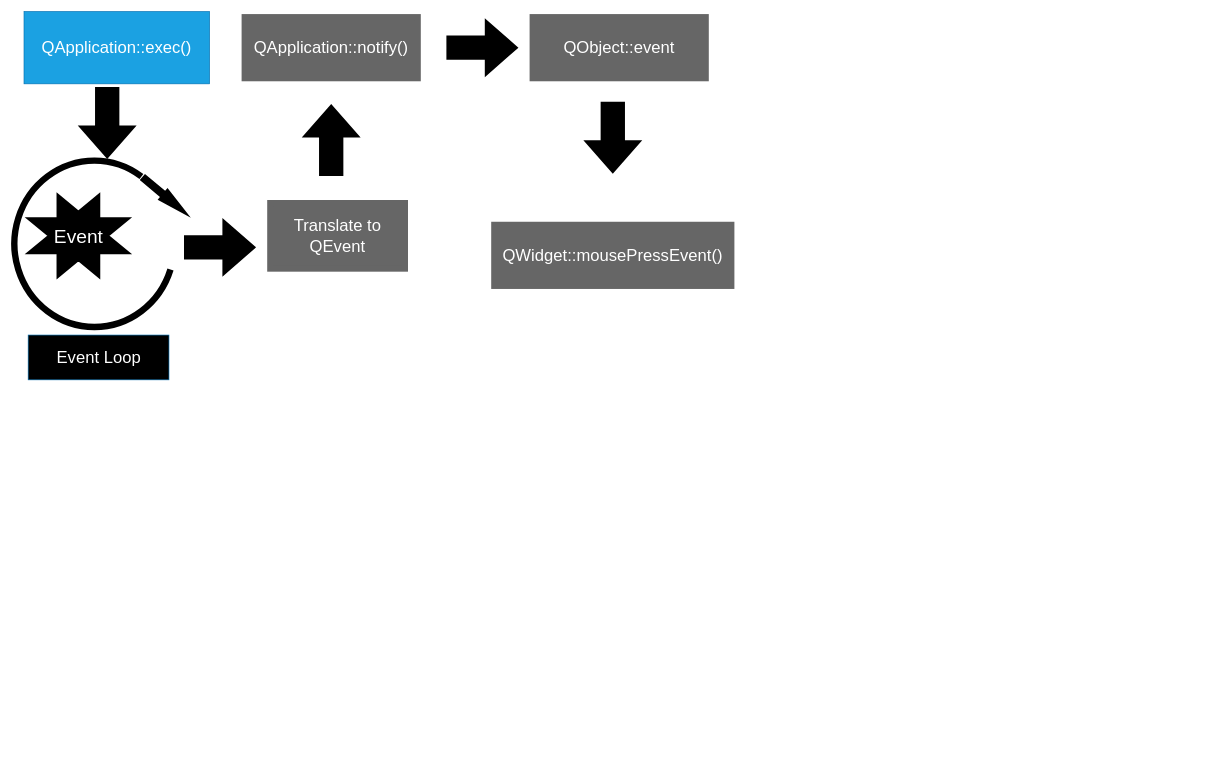
The draw.io diagram Untitled Diagram.drawio in rutura/drawings, before the edit. Source tidied: cells renumbered, new cells numbered last; positions are measured from the earlier drawing's top-left corner, leaving out a move shared by most shapes. Both pictures are drawn from the tidied source at 64%, with x=0, y=0 at pixel (14, 11).
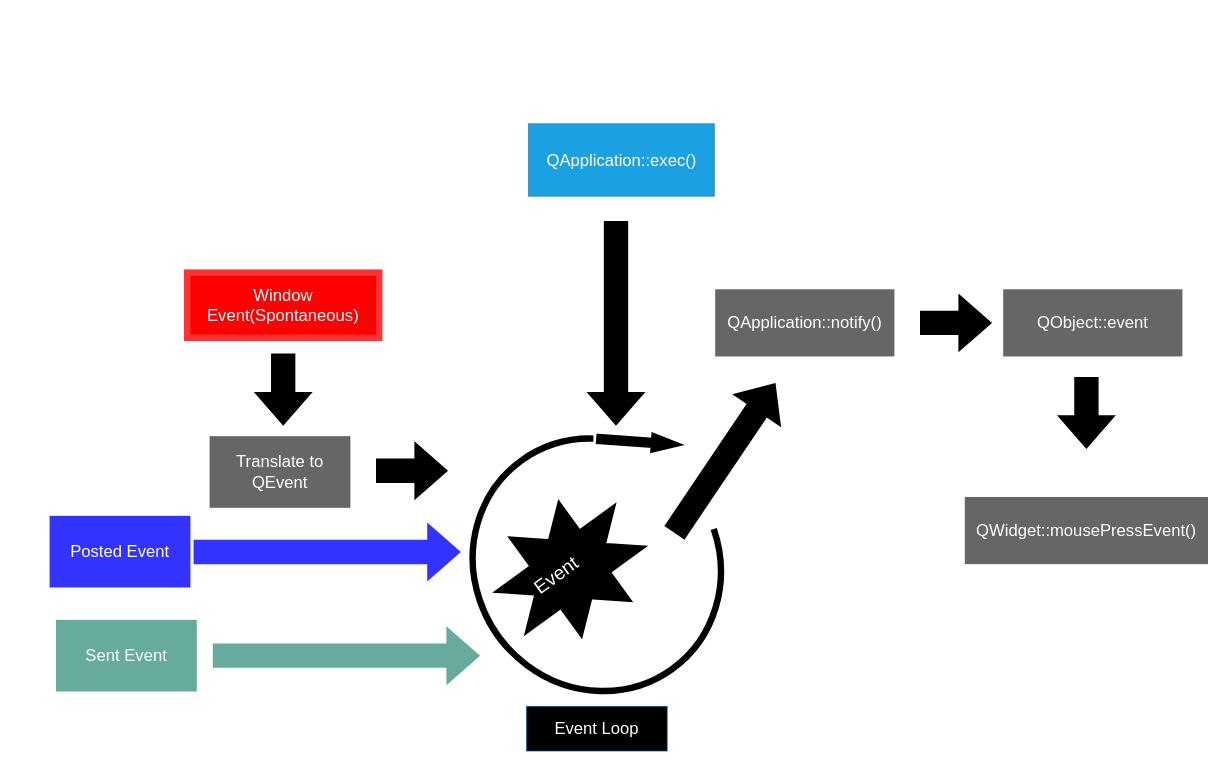
After the change.

Change to the diagram source:
```diff
@@
     <mxCell id="2" value="&lt;font style=&quot;font-size: 26px&quot;&gt;QApplication::exec()&lt;/font&gt;" style="rounded=0;whiteSpace=wrap;html=1;fillColor=#1ba1e2;strokeColor=#006EAF;fontColor=#ffffff;" parent="1" vertex="1">
-      <mxGeometry x="15" y="0.5" width="290" height="113" as="geometry" />
+      <mxGeometry x="803.5" y="176" width="290" height="113" as="geometry" />
     </mxCell>
-    <mxCell id="3" style="group;" parent="1" vertex="1">
-      <mxGeometry y="233.5" width="250" height="260" as="geometry" />
+    <mxCell id="3" style="group;rotation=-36;" parent="1" vertex="1">
+      <mxGeometry x="720" y="664" width="380" height="402" as="geometry" />
     </mxCell>
-    <mxCell id="4" style="verticalLabelPosition=bottom;verticalAlign=top;html=1;shape=mxgraph.basic.arc;startAngle=0.3;endAngle=0.1;strokeWidth=10;" parent="3" vertex="1">
-      <mxGeometry width="250" height="260" as="geometry" />
+    <mxCell id="4" style="verticalLabelPosition=bottom;verticalAlign=top;html=1;shape=mxgraph.basic.arc;startAngle=0.3;endAngle=0.1;strokeWidth=10;rotation=-36;" parent="3" vertex="1">
+      <mxGeometry width="380" height="402" as="geometry" />
     </mxCell>
-    <mxCell id="5" style="html=1;shadow=0;dashed=0;align=center;verticalAlign=middle;shape=mxgraph.arrows2.arrow;dy=0.6;dx=40;direction=south;notch=0;strokeWidth=6;fillColor=#000000;strokeColor=#000000;fontColor=#ffffff;rotation=-50;" parent="3" vertex="1">
-      <mxGeometry x="225" y="13" width="16.7" height="81.2" as="geometry" />
+    <mxCell id="5" style="html=1;shadow=0;dashed=0;align=center;verticalAlign=middle;shape=mxgraph.arrows2.arrow;dy=0.6;dx=40;direction=south;notch=0;strokeWidth=6;fillColor=#000000;strokeColor=#000000;fontColor=#ffffff;rotation=-86;" parent="3" vertex="1">
+      <mxGeometry x="242" y="-54" width="25.3" height="125.6" as="geometry" />
     </mxCell>
-    <mxCell id="6" style="verticalLabelPosition=bottom;verticalAlign=top;html=1;shape=mxgraph.basic.8_point_star;strokeColor=#000000;strokeWidth=10;fillColor=#000000;" parent="3" vertex="1">
-      <mxGeometry x="30" y="60" width="140" height="115" as="geometry" />
+    <mxCell id="6" style="verticalLabelPosition=bottom;verticalAlign=top;html=1;shape=mxgraph.basic.8_point_star;strokeColor=#000000;strokeWidth=10;fillColor=#000000;rotation=-36;" parent="3" vertex="1">
+      <mxGeometry x="42" y="119" width="212.8" height="177.8" as="geometry" />
     </mxCell>
-    <mxCell id="7" value="&lt;font style=&quot;font-size: 30px&quot; color=&quot;#ffffff&quot;&gt;Event&lt;/font&gt;" style="text;html=1;align=center;verticalAlign=middle;fillColor=none;strokeColor=none;rounded=0;" parent="3" vertex="1">
-      <mxGeometry x="55" y="107.5" width="90" height="20" as="geometry" />
+    <mxCell id="7" value="&lt;font style=&quot;font-size: 30px&quot; color=&quot;#ffffff&quot;&gt;Event&lt;/font&gt;" style="text;html=1;align=center;verticalAlign=middle;fillColor=none;strokeColor=none;rounded=0;rotation=-36;" parent="3" vertex="1">
+      <mxGeometry x="81" y="207" width="90" height="20" as="geometry" />
     </mxCell>
     <mxCell id="8" value="&lt;font style=&quot;font-size: 26px&quot;&gt;Event Loop&lt;/font&gt;" style="rounded=0;whiteSpace=wrap;html=1;fillColor=#000000;strokeColor=#006EAF;fontColor=#ffffff;" parent="1" vertex="1">
-      <mxGeometry x="21.5" y="506" width="220" height="70" as="geometry" />
+      <mxGeometry x="800" y="1086" width="220" height="70" as="geometry" />
     </mxCell>
-    <mxCell id="9" value="&lt;font color=&quot;#ffffff&quot; style=&quot;font-size: 26px&quot;&gt;Translate to QEvent&lt;/font&gt;" style="rounded=0;whiteSpace=wrap;html=1;strokeColor=#666666;strokeWidth=10;fillColor=#666666;" parent="1" vertex="1">
-      <mxGeometry x="400" y="300" width="210" height="102" as="geometry" />
-    </mxCell>
     <mxCell id="10" value="&lt;font style=&quot;font-size: 26px&quot; color=&quot;#ffffff&quot;&gt;QApplication::notify()&lt;/font&gt;" style="rounded=0;whiteSpace=wrap;html=1;strokeColor=#666666;strokeWidth=10;fillColor=#666666;" parent="1" vertex="1">
-      <mxGeometry x="360" y="9.5" width="270" height="95" as="geometry" />
+      <mxGeometry x="1100" y="439.5" width="270" height="95" as="geometry" />
     </mxCell>
     <mxCell id="11" value="&lt;font style=&quot;font-size: 26px&quot; color=&quot;#ffffff&quot;&gt;QObject::event&lt;/font&gt;" style="rounded=0;whiteSpace=wrap;html=1;strokeColor=#666666;strokeWidth=10;fillColor=#666666;" parent="1" vertex="1">
-      <mxGeometry x="810" y="9.5" width="270" height="95" as="geometry" />
+      <mxGeometry x="1550" y="439.5" width="270" height="95" as="geometry" />
     </mxCell>
     <mxCell id="12" value="&lt;font style=&quot;font-size: 26px&quot; color=&quot;#ffffff&quot;&gt;QWidget::mousePressEvent()&lt;/font&gt;" style="rounded=0;whiteSpace=wrap;html=1;strokeColor=#666666;strokeWidth=10;fillColor=#666666;" parent="1" vertex="1">
-      <mxGeometry x="750" y="334" width="370" height="95" as="geometry" />
+      <mxGeometry x="1490" y="764" width="370" height="95" as="geometry" />
     </mxCell>
     <mxCell id="13" style="html=1;shadow=0;dashed=0;align=center;verticalAlign=middle;shape=mxgraph.arrows2.arrow;dy=0.6;dx=40;direction=south;notch=0;strokeColor=#000000;strokeWidth=10;fillColor=#000000;" parent="1" vertex="1">
-      <mxGeometry x="110" y="123.5" width="70" height="100" as="geometry" />
+      <mxGeometry x="905" y="333" width="70" height="307" as="geometry" />
     </mxCell>
     <mxCell id="14" style="html=1;shadow=0;dashed=0;align=center;verticalAlign=middle;shape=mxgraph.arrows2.arrow;dy=0.6;dx=40;direction=south;notch=0;strokeColor=#000000;strokeWidth=10;fillColor=#000000;" parent="1" vertex="1">
-      <mxGeometry x="900" y="146.5" width="70" height="100" as="geometry" />
+      <mxGeometry x="1640" y="576.5" width="70" height="100" as="geometry" />
     </mxCell>
-    <mxCell id="15" style="html=1;shadow=0;dashed=0;align=center;verticalAlign=middle;shape=mxgraph.arrows2.arrow;dy=0.6;dx=40;notch=0;strokeColor=#000000;strokeWidth=10;fillColor=#000000;" parent="1" vertex="1">
-      <mxGeometry x="270" y="334" width="100" height="70" as="geometry" />
+    <mxCell id="15" style="html=1;shadow=0;dashed=0;align=center;verticalAlign=middle;shape=mxgraph.arrows2.arrow;dy=0.6;dx=40;notch=0;strokeColor=#000000;strokeWidth=10;fillColor=#000000;rotation=-56;" parent="1" vertex="1">
+      <mxGeometry x="974.5" y="664" width="270" height="70" as="geometry" />
     </mxCell>
-    <mxCell id="16" style="html=1;shadow=0;dashed=0;align=center;verticalAlign=middle;shape=mxgraph.arrows2.arrow;dy=0.6;dx=40;direction=north;notch=0;strokeColor=#000000;strokeWidth=10;fillColor=#000000;" parent="1" vertex="1">
-      <mxGeometry x="460" y="152.5" width="70" height="100" as="geometry" />
-    </mxCell>
     <mxCell id="17" style="html=1;shadow=0;dashed=0;align=center;verticalAlign=middle;shape=mxgraph.arrows2.arrow;dy=0.6;dx=40;notch=0;strokeColor=#000000;strokeWidth=10;fillColor=#000000;" parent="1" vertex="1">
-      <mxGeometry x="680" y="22" width="100" height="70" as="geometry" />
+      <mxGeometry x="1420" y="452" width="100" height="70" as="geometry" />
     </mxCell>
+    <mxCell id="9" value="&lt;font color=&quot;#ffffff&quot; style=&quot;font-size: 26px&quot;&gt;Translate to QEvent&lt;/font&gt;" style="rounded=0;whiteSpace=wrap;html=1;strokeColor=#666666;strokeWidth=10;fillColor=#666666;" parent="1" vertex="1">
+      <mxGeometry x="310" y="669" width="210" height="102" as="geometry" />
+    </mxCell>
+    <mxCell id="18" style="html=1;shadow=0;dashed=0;align=center;verticalAlign=middle;shape=mxgraph.arrows2.arrow;dy=0.6;dx=40;notch=0;strokeColor=#000000;strokeWidth=10;fillColor=#000000;" parent="1" vertex="1">
+      <mxGeometry x="570" y="683" width="100" height="70" as="geometry" />
+    </mxCell>
+    <mxCell id="19" value="&lt;font color=&quot;#ffffff&quot; style=&quot;font-size: 26px&quot;&gt;Window Event(Spontaneous)&lt;/font&gt;" style="rounded=0;whiteSpace=wrap;html=1;strokeColor=#FF3333;strokeWidth=10;fillColor=#FF0000;fontColor=#ffffff;" parent="1" vertex="1">
+      <mxGeometry x="270" y="408.5" width="300" height="102" as="geometry" />
+    </mxCell>
+    <mxCell id="20" style="html=1;shadow=0;dashed=0;align=center;verticalAlign=middle;shape=mxgraph.arrows2.arrow;dy=0.6;dx=40;direction=south;notch=0;strokeColor=#000000;strokeWidth=10;fillColor=#000000;" parent="1" vertex="1">
+      <mxGeometry x="385" y="540" width="70" height="100" as="geometry" />
+    </mxCell>
+    <mxCell id="21" value="&lt;font color=&quot;#ffffff&quot; style=&quot;font-size: 26px&quot;&gt;Posted Event&lt;/font&gt;" style="rounded=0;whiteSpace=wrap;html=1;strokeColor=#3333FF;strokeWidth=10;fillColor=#3333FF;fontColor=#ffffff;" parent="1" vertex="1">
+      <mxGeometry x="60" y="793.5" width="210" height="102" as="geometry" />
+    </mxCell>
+    <mxCell id="22" style="html=1;shadow=0;dashed=0;align=center;verticalAlign=middle;shape=mxgraph.arrows2.arrow;dy=0.6;dx=40;notch=0;strokeColor=#3333FF;strokeWidth=10;fillColor=#3333FF;" parent="1" vertex="1">
+      <mxGeometry x="285" y="810" width="405" height="70" as="geometry" />
+    </mxCell>
+    <mxCell id="23" value="&lt;font color=&quot;#ffffff&quot; style=&quot;font-size: 26px&quot;&gt;Sent Event&lt;/font&gt;" style="rounded=0;whiteSpace=wrap;html=1;strokeColor=#67AB9F;strokeWidth=10;fillColor=#67AB9F;fontColor=#ffffff;" parent="1" vertex="1">
+      <mxGeometry x="70" y="956" width="210" height="102" as="geometry" />
+    </mxCell>
+    <mxCell id="24" style="html=1;shadow=0;dashed=0;align=center;verticalAlign=middle;shape=mxgraph.arrows2.arrow;dy=0.6;dx=40;notch=0;strokeColor=#67AB9F;strokeWidth=10;fillColor=#67AB9F;" parent="1" vertex="1">
+      <mxGeometry x="315" y="972" width="405" height="70" as="geometry" />
+    </mxCell>
```
